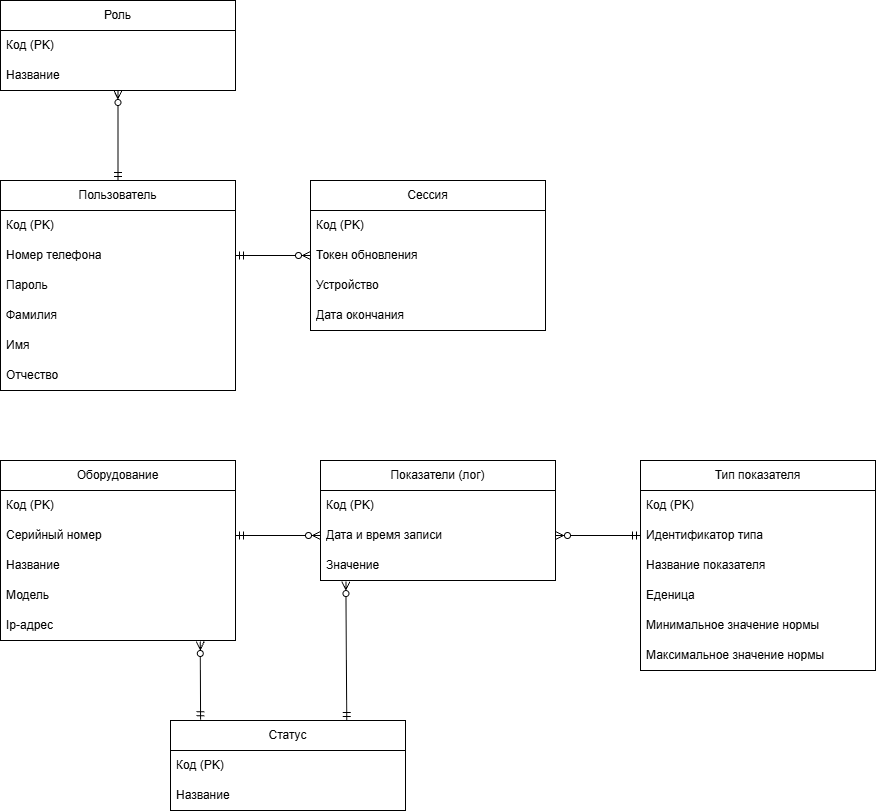
Skverno-Slov/Pract keeps this draw.io diagram as db_diagrams/signal_conceptual.drawio.png. Above is the earlier version. Source tidied: cells renumbered, new cells last; positions are measured from the earlier drawing's top-left corner, leaving out a move shared by most shapes.
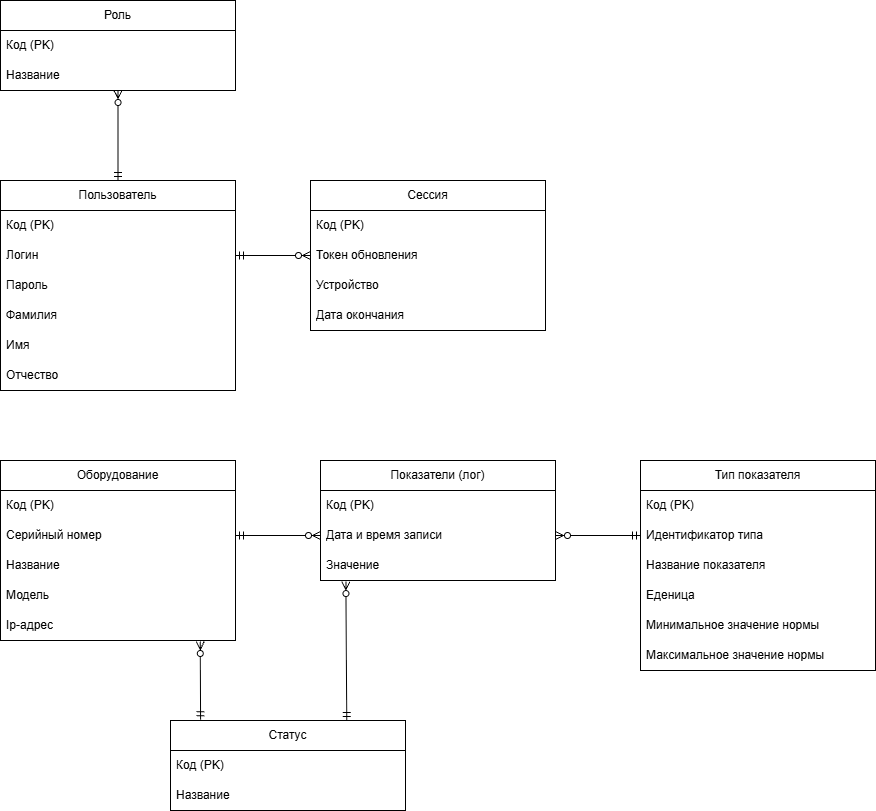
After the change.

The edit, as a diff of the source:
```diff
@@ -17,7 +17,7 @@
     <mxCell id="6" value="Код (PK)" style="text;strokeColor=none;fillColor=none;align=left;verticalAlign=middle;spacingLeft=4;spacingRight=4;overflow=hidden;whiteSpace=wrap;html=1;" parent="5" vertex="1">
       <mxGeometry y="30" width="235" height="30" as="geometry" />
     </mxCell>
-    <mxCell id="7" value="Номер телефона" style="text;strokeColor=none;fillColor=none;align=left;verticalAlign=middle;spacingLeft=4;spacingRight=4;overflow=hidden;points=[[0,0.5],[1,0.5]];portConstraint=eastwest;whiteSpace=wrap;html=1;" parent="5" vertex="1">
+    <mxCell id="7" value="Логин" style="text;strokeColor=none;fillColor=none;align=left;verticalAlign=middle;spacingLeft=4;spacingRight=4;overflow=hidden;points=[[0,0.5],[1,0.5]];portConstraint=eastwest;whiteSpace=wrap;html=1;" parent="5" vertex="1">
       <mxGeometry y="60" width="235" height="30" as="geometry" />
     </mxCell>
     <mxCell id="8" value="Пароль" style="text;strokeColor=none;fillColor=none;align=left;verticalAlign=middle;spacingLeft=4;spacingRight=4;overflow=hidden;whiteSpace=wrap;html=1;" parent="5" vertex="1">
```
